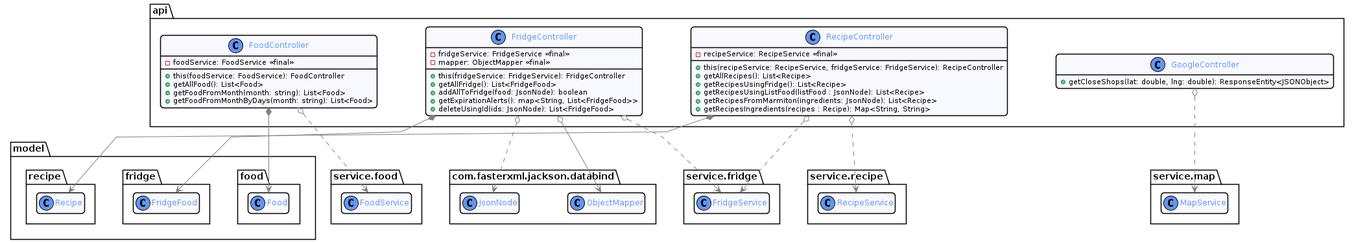
Above: docs/diagram/out/api.png in romainvacheret/wadge-backend (PlantUML), before the change.
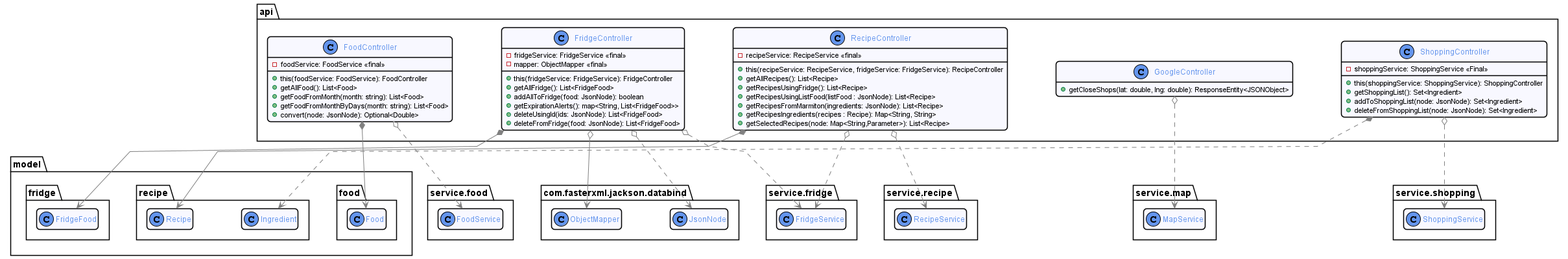
Above is the later version.

The edit, as a diff of the source:
```diff
@@ -12,6 +12,7 @@
 
     package recipe {
         class Recipe {}
+        class Ingredient{}
     }
 }
 
@@ -35,6 +36,9 @@
 package service.recipe {
     class RecipeService {}
 }
+package service.shopping{
+    class ShoppingService{}
+}
 
 package api {
     class FoodController {
@@ -43,6 +47,7 @@
         + getAllFood(): List<Food>
         + getFoodFromMonth(month: string): List<Food>
         + getFoodFromMonthByDays(month: string): List<Food>
+        + convert(node: JsonNode): Optional<Double>
     }
 
     class FridgeController {
@@ -53,6 +58,7 @@
         + addAllToFridge(food: JsonNode): boolean
         + getExpirationAlerts(): map<String, List<FridgeFood>>
         + deleteUsingId(ids: JsonNode): List<FridgeFood>
+        + deleteFromFridge(food: JsonNode): List<FridgeFood>
     }
 
     class RecipeController {
@@ -63,10 +69,19 @@
         + getRecipesUsingListFood(listFood : JsonNode): List<Recipe>
         + getRecipesFromMarmiton(ingredients: JsonNode): List<Recipe>
         + getRecipesIngredients(recipes : Recipe): Map<String, String>
+        + getSelectedRecipes(node: Map<String,Parameter>): List<Recipe>
     }
 
     class GoogleController {
         + getCloseShops(lat: double, lng: double): ResponseEntity<JSONObject>
+    }
+    class ShoppingController{
+        - shoppingService: ShoppingService <<Final>>
+        + this(shoppingService: ShoppingService): ShoppingController
+        + getShoppingList(): Set<Ingredient>
+        + addToShoppingList(node: JsonNode): Set<Ingredient>
+        + deleteFromShoppingList(node: JsonNode): Set<Ingredient>
+
     }
 }
 
@@ -84,4 +99,7 @@
 RecipeController o..> RecipeService
 RecipeController o..> FridgeService
 
+ShoppingController o..> ShoppingService
+ShoppingController *..> Ingredient
+
 @enduml
```
